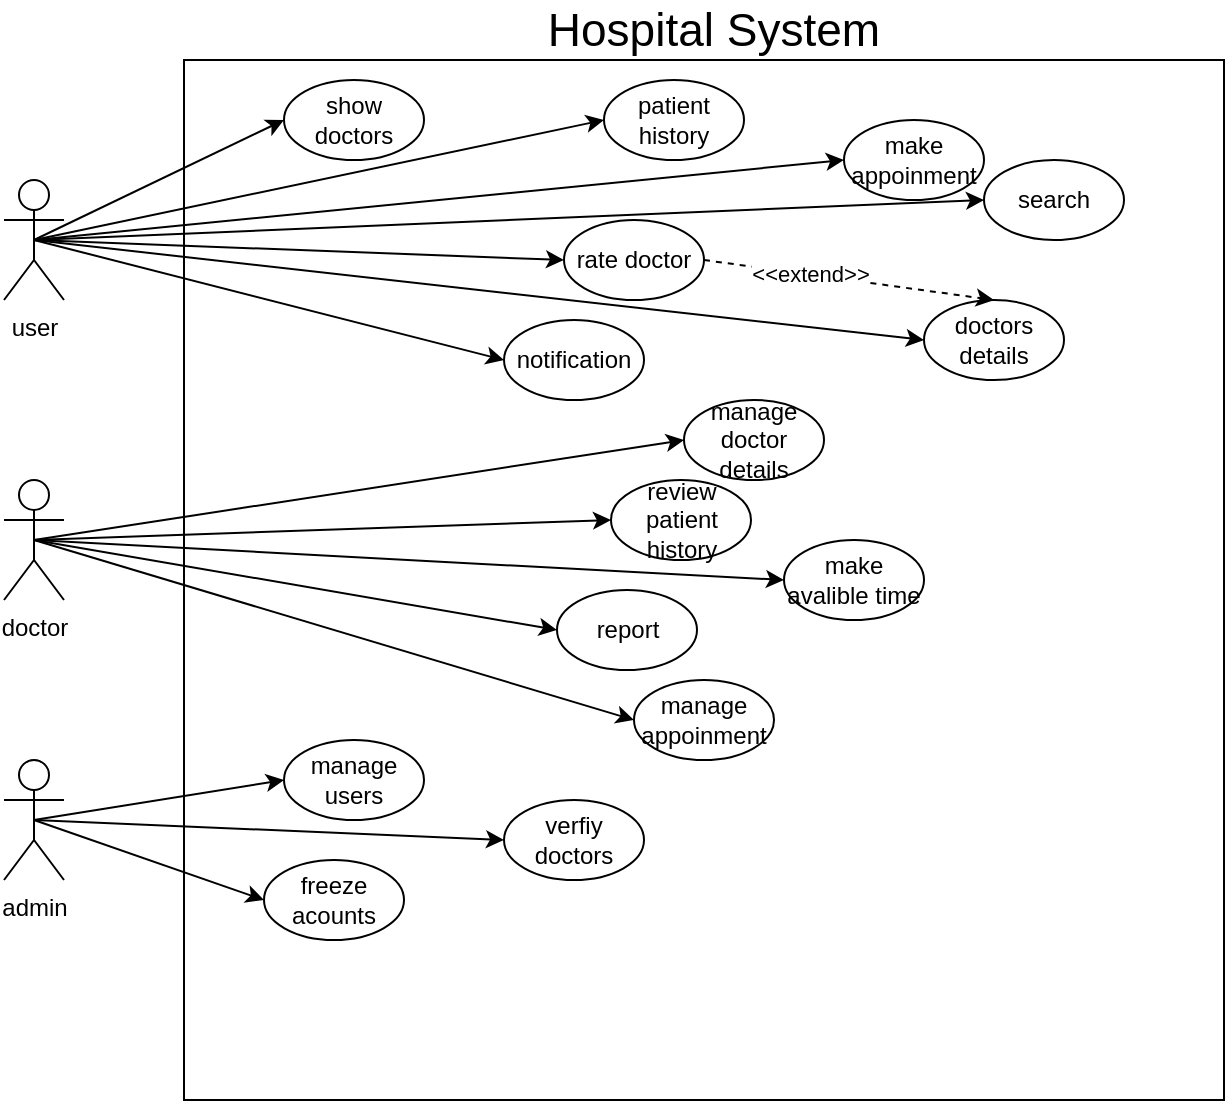
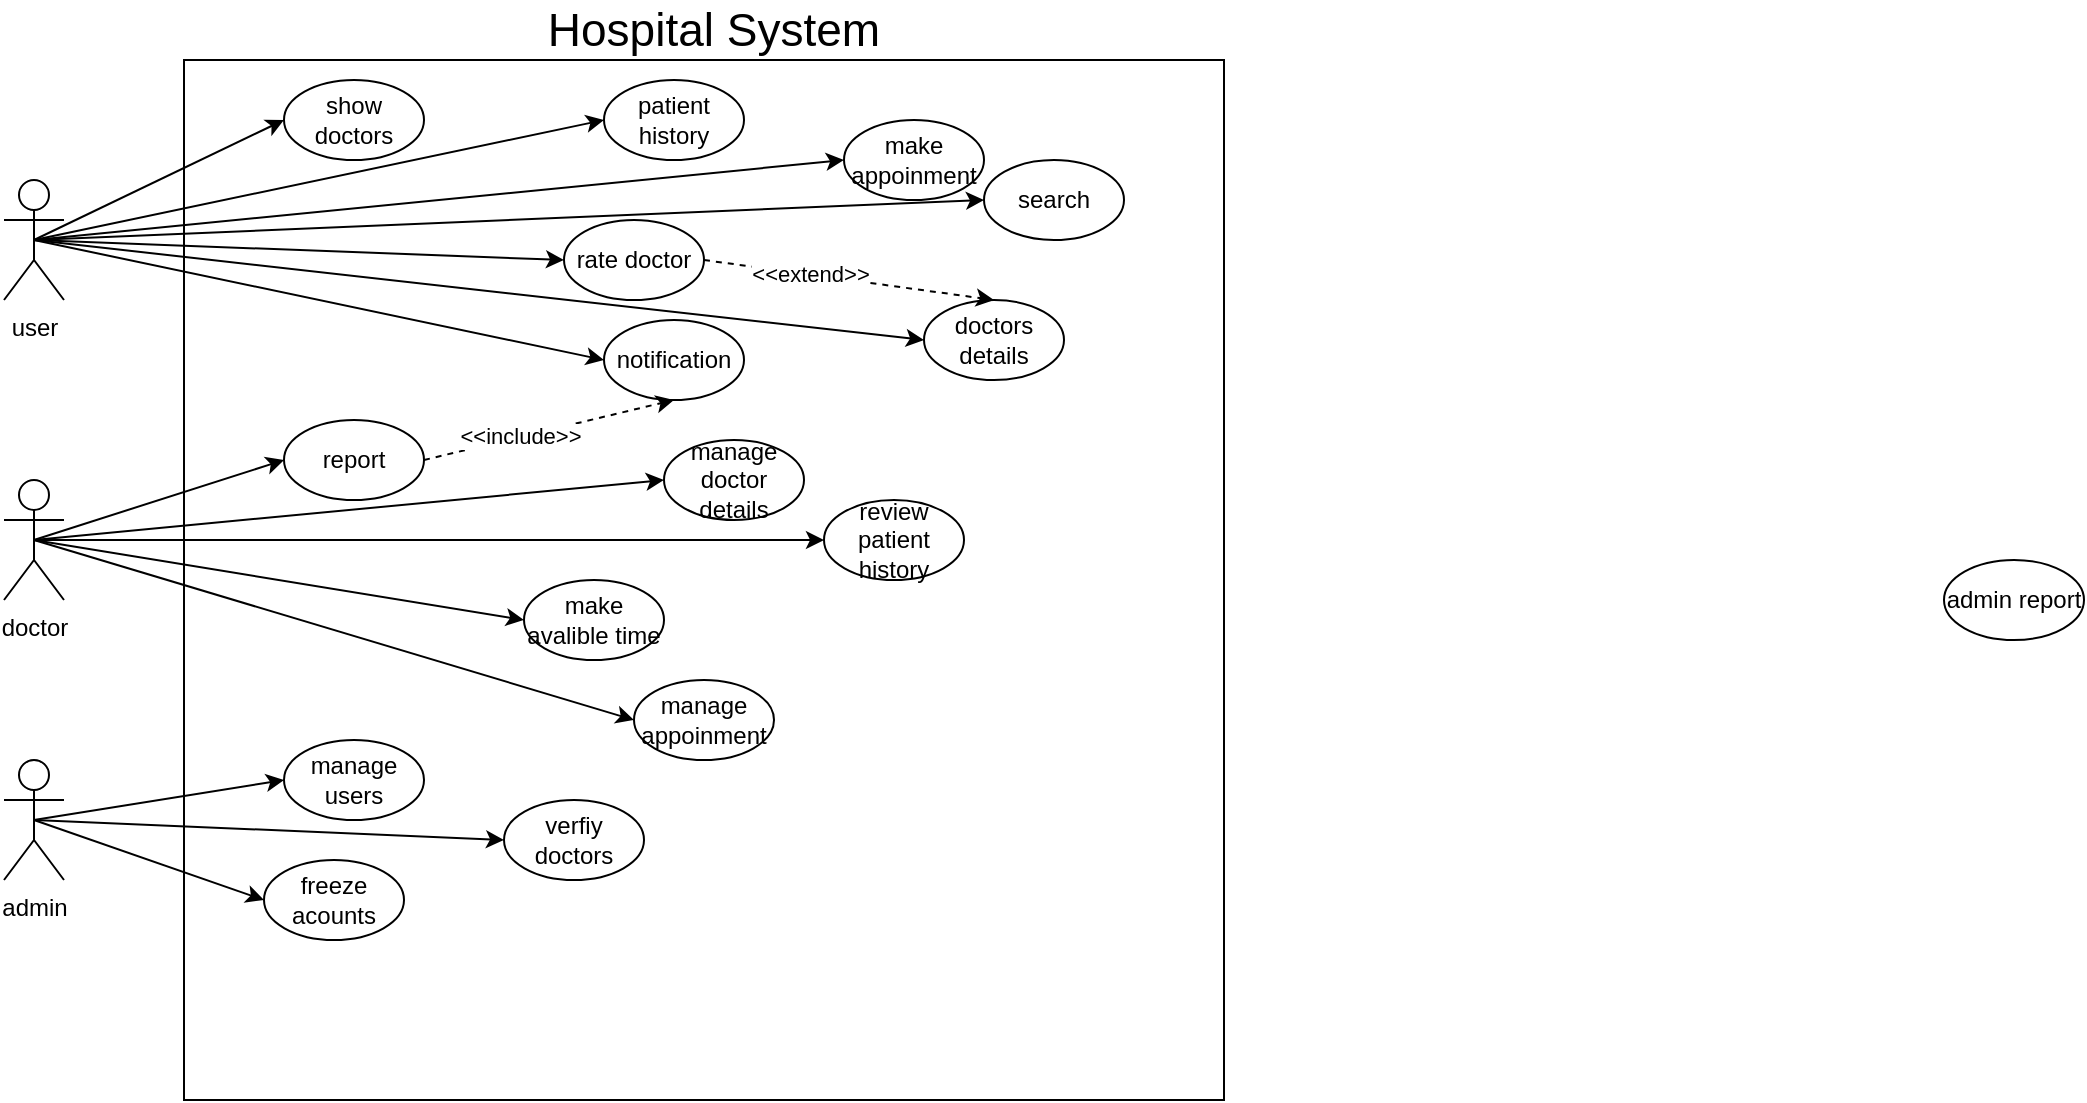
<mxfile host="65bd71144e">
    <diagram id="0fF8LJUMhWsX8zlGWROa" name="Page-1">
-         <mxGraphModel dx="426" dy="337" grid="1" gridSize="10" guides="1" tooltips="1" connect="1" arrows="1" fold="1" page="1" pageScale="1" pageWidth="1654" pageHeight="2336" math="0" shadow="0">
+         <mxGraphModel dx="438" dy="347" grid="1" gridSize="10" guides="1" tooltips="1" connect="1" arrows="1" fold="1" page="1" pageScale="1" pageWidth="1654" pageHeight="2336" math="0" shadow="0">
            <root>
                <mxCell id="0"/>
                <mxCell id="1" parent="0"/>
-                 <mxCell id="3" value="" style="whiteSpace=wrap;html=1;aspect=fixed;" vertex="1" parent="1">
+                 <mxCell id="3" value="" style="whiteSpace=wrap;html=1;aspect=fixed;" parent="1" vertex="1">
                    <mxGeometry x="320" y="400" width="520" height="520" as="geometry"/>
                </mxCell>
-                 <mxCell id="5" value="user" style="shape=umlActor;verticalLabelPosition=bottom;verticalAlign=top;html=1;outlineConnect=0;" vertex="1" parent="1">
+                 <mxCell id="5" value="user" style="shape=umlActor;verticalLabelPosition=bottom;verticalAlign=top;html=1;outlineConnect=0;" parent="1" vertex="1">
                    <mxGeometry x="230" y="460" width="30" height="60" as="geometry"/>
                </mxCell>
-                 <mxCell id="7" value="doctor" style="shape=umlActor;verticalLabelPosition=bottom;verticalAlign=top;html=1;outlineConnect=0;" vertex="1" parent="1">
+                 <mxCell id="7" value="doctor" style="shape=umlActor;verticalLabelPosition=bottom;verticalAlign=top;html=1;outlineConnect=0;" parent="1" vertex="1">
                    <mxGeometry x="230" y="610" width="30" height="60" as="geometry"/>
                </mxCell>
-                 <mxCell id="9" value="admin" style="shape=umlActor;verticalLabelPosition=bottom;verticalAlign=top;html=1;outlineConnect=0;" vertex="1" parent="1">
+                 <mxCell id="9" value="admin" style="shape=umlActor;verticalLabelPosition=bottom;verticalAlign=top;html=1;outlineConnect=0;" parent="1" vertex="1">
                    <mxGeometry x="230" y="750" width="30" height="60" as="geometry"/>
                </mxCell>
-                 <mxCell id="13" value="make appoinment" style="ellipse;whiteSpace=wrap;html=1;" vertex="1" parent="1">
+                 <mxCell id="13" value="make appoinment" style="ellipse;whiteSpace=wrap;html=1;" parent="1" vertex="1">
                    <mxGeometry x="650" y="430" width="70" height="40" as="geometry"/>
                </mxCell>
-                 <mxCell id="14" value="patient history" style="ellipse;whiteSpace=wrap;html=1;" vertex="1" parent="1">
+                 <mxCell id="14" value="patient history" style="ellipse;whiteSpace=wrap;html=1;" parent="1" vertex="1">
                    <mxGeometry x="530" y="410" width="70" height="40" as="geometry"/>
                </mxCell>
-                 <mxCell id="15" value="show doctors" style="ellipse;whiteSpace=wrap;html=1;" vertex="1" parent="1">
+                 <mxCell id="15" value="show doctors" style="ellipse;whiteSpace=wrap;html=1;" parent="1" vertex="1">
                    <mxGeometry x="370" y="410" width="70" height="40" as="geometry"/>
                </mxCell>
-                 <mxCell id="18" value="doctors details" style="ellipse;whiteSpace=wrap;html=1;" vertex="1" parent="1">
+                 <mxCell id="18" value="doctors details" style="ellipse;whiteSpace=wrap;html=1;" parent="1" vertex="1">
                    <mxGeometry x="690" y="520" width="70" height="40" as="geometry"/>
                </mxCell>
-                 <mxCell id="20" value="search" style="ellipse;whiteSpace=wrap;html=1;" vertex="1" parent="1">
+                 <mxCell id="20" value="search" style="ellipse;whiteSpace=wrap;html=1;" parent="1" vertex="1">
                    <mxGeometry x="720" y="450" width="70" height="40" as="geometry"/>
                </mxCell>
-                 <mxCell id="21" value="report" style="ellipse;whiteSpace=wrap;html=1;" vertex="1" parent="1">
-                     <mxGeometry x="506.5" y="665" width="70" height="40" as="geometry"/>
+                 <mxCell id="21" value="report" style="ellipse;whiteSpace=wrap;html=1;" parent="1" vertex="1">
+                     <mxGeometry x="370" y="580" width="70" height="40" as="geometry"/>
                </mxCell>
-                 <mxCell id="22" value="review patient history" style="ellipse;whiteSpace=wrap;html=1;" vertex="1" parent="1">
-                     <mxGeometry x="533.5" y="610" width="70" height="40" as="geometry"/>
+                 <mxCell id="22" value="review patient history" style="ellipse;whiteSpace=wrap;html=1;" parent="1" vertex="1">
+                     <mxGeometry x="640" y="620" width="70" height="40" as="geometry"/>
                </mxCell>
-                 <mxCell id="23" value="manage appoinment" style="ellipse;whiteSpace=wrap;html=1;" vertex="1" parent="1">
+                 <mxCell id="23" value="manage appoinment" style="ellipse;whiteSpace=wrap;html=1;" parent="1" vertex="1">
                    <mxGeometry x="545" y="710" width="70" height="40" as="geometry"/>
                </mxCell>
-                 <mxCell id="24" value="make avalible time" style="ellipse;whiteSpace=wrap;html=1;" vertex="1" parent="1">
-                     <mxGeometry x="620" y="640" width="70" height="40" as="geometry"/>
+                 <mxCell id="24" value="make avalible time" style="ellipse;whiteSpace=wrap;html=1;" parent="1" vertex="1">
+                     <mxGeometry x="490" y="660" width="70" height="40" as="geometry"/>
                </mxCell>
-                 <mxCell id="25" value="manage doctor details" style="ellipse;whiteSpace=wrap;html=1;" vertex="1" parent="1">
-                     <mxGeometry x="570" y="570" width="70" height="40" as="geometry"/>
+                 <mxCell id="25" value="manage doctor details" style="ellipse;whiteSpace=wrap;html=1;" parent="1" vertex="1">
+                     <mxGeometry x="560" y="590" width="70" height="40" as="geometry"/>
                </mxCell>
-                 <mxCell id="26" value="freeze acounts" style="ellipse;whiteSpace=wrap;html=1;" vertex="1" parent="1">
+                 <mxCell id="26" value="freeze acounts" style="ellipse;whiteSpace=wrap;html=1;" parent="1" vertex="1">
                    <mxGeometry x="360" y="800" width="70" height="40" as="geometry"/>
                </mxCell>
-                 <mxCell id="27" value="manage users" style="ellipse;whiteSpace=wrap;html=1;" vertex="1" parent="1">
+                 <mxCell id="27" value="manage users" style="ellipse;whiteSpace=wrap;html=1;" parent="1" vertex="1">
                    <mxGeometry x="370" y="740" width="70" height="40" as="geometry"/>
                </mxCell>
-                 <mxCell id="30" value="rate doctor" style="ellipse;whiteSpace=wrap;html=1;" vertex="1" parent="1">
+                 <mxCell id="30" value="rate doctor" style="ellipse;whiteSpace=wrap;html=1;" parent="1" vertex="1">
                    <mxGeometry x="510" y="480" width="70" height="40" as="geometry"/>
                </mxCell>
-                 <mxCell id="32" value="notification" style="ellipse;whiteSpace=wrap;html=1;" vertex="1" parent="1">
-                     <mxGeometry x="480" y="530" width="70" height="40" as="geometry"/>
+                 <mxCell id="32" value="notification" style="ellipse;whiteSpace=wrap;html=1;" parent="1" vertex="1">
+                     <mxGeometry x="530" y="530" width="70" height="40" as="geometry"/>
                </mxCell>
-                 <mxCell id="33" value="" style="endArrow=classic;html=1;exitX=0.5;exitY=0.5;exitDx=0;exitDy=0;exitPerimeter=0;entryX=0;entryY=0.5;entryDx=0;entryDy=0;" edge="1" parent="1" source="5" target="15">
+                 <mxCell id="33" value="" style="endArrow=classic;html=1;exitX=0.5;exitY=0.5;exitDx=0;exitDy=0;exitPerimeter=0;entryX=0;entryY=0.5;entryDx=0;entryDy=0;" parent="1" source="5" target="15" edge="1">
                    <mxGeometry width="50" height="50" relative="1" as="geometry">
                        <mxPoint x="470" y="640" as="sourcePoint"/>
                        <mxPoint x="520" y="590" as="targetPoint"/>
                    </mxGeometry>
                </mxCell>
-                 <mxCell id="34" value="" style="endArrow=classic;html=1;exitX=0.5;exitY=0.5;exitDx=0;exitDy=0;exitPerimeter=0;entryX=0;entryY=0.5;entryDx=0;entryDy=0;" edge="1" parent="1" source="5" target="14">
+                 <mxCell id="34" value="" style="endArrow=classic;html=1;exitX=0.5;exitY=0.5;exitDx=0;exitDy=0;exitPerimeter=0;entryX=0;entryY=0.5;entryDx=0;entryDy=0;" parent="1" source="5" target="14" edge="1">
                    <mxGeometry width="50" height="50" relative="1" as="geometry">
                        <mxPoint x="255" y="500" as="sourcePoint"/>
                        <mxPoint x="530" y="600" as="targetPoint"/>
                    </mxGeometry>
                </mxCell>
-                 <mxCell id="35" value="" style="endArrow=classic;html=1;exitX=0.5;exitY=0.5;exitDx=0;exitDy=0;exitPerimeter=0;entryX=0;entryY=0.5;entryDx=0;entryDy=0;" edge="1" parent="1" source="5" target="30">
+                 <mxCell id="35" value="" style="endArrow=classic;html=1;exitX=0.5;exitY=0.5;exitDx=0;exitDy=0;exitPerimeter=0;entryX=0;entryY=0.5;entryDx=0;entryDy=0;" parent="1" source="5" target="30" edge="1">
                    <mxGeometry width="50" height="50" relative="1" as="geometry">
                        <mxPoint x="265" y="510" as="sourcePoint"/>
                        <mxPoint x="540" y="610" as="targetPoint"/>
                    </mxGeometry>
                </mxCell>
-                 <mxCell id="36" value="" style="endArrow=classic;html=1;exitX=0.5;exitY=0.5;exitDx=0;exitDy=0;exitPerimeter=0;entryX=0;entryY=0.5;entryDx=0;entryDy=0;" edge="1" parent="1" source="5" target="13">
+                 <mxCell id="36" value="" style="endArrow=classic;html=1;exitX=0.5;exitY=0.5;exitDx=0;exitDy=0;exitPerimeter=0;entryX=0;entryY=0.5;entryDx=0;entryDy=0;" parent="1" source="5" target="13" edge="1">
                    <mxGeometry width="50" height="50" relative="1" as="geometry">
                        <mxPoint x="275" y="520" as="sourcePoint"/>
                        <mxPoint x="550" y="620" as="targetPoint"/>
                    </mxGeometry>
                </mxCell>
-                 <mxCell id="37" value="" style="endArrow=classic;html=1;exitX=0.5;exitY=0.5;exitDx=0;exitDy=0;exitPerimeter=0;entryX=0;entryY=0.5;entryDx=0;entryDy=0;" edge="1" parent="1" source="5" target="18">
+                 <mxCell id="37" value="" style="endArrow=classic;html=1;exitX=0.5;exitY=0.5;exitDx=0;exitDy=0;exitPerimeter=0;entryX=0;entryY=0.5;entryDx=0;entryDy=0;" parent="1" source="5" target="18" edge="1">
                    <mxGeometry width="50" height="50" relative="1" as="geometry">
                        <mxPoint x="275" y="520" as="sourcePoint"/>
                        <mxPoint x="550" y="620" as="targetPoint"/>
                    </mxGeometry>
                </mxCell>
-                 <mxCell id="38" value="verfiy doctors" style="ellipse;whiteSpace=wrap;html=1;" vertex="1" parent="1">
+                 <mxCell id="38" value="verfiy doctors" style="ellipse;whiteSpace=wrap;html=1;" parent="1" vertex="1">
                    <mxGeometry x="480" y="770" width="70" height="40" as="geometry"/>
                </mxCell>
-                 <mxCell id="39" value="" style="endArrow=classic;html=1;exitX=0.5;exitY=0.5;exitDx=0;exitDy=0;exitPerimeter=0;entryX=0;entryY=0.5;entryDx=0;entryDy=0;" edge="1" parent="1" source="7" target="22">
+                 <mxCell id="39" value="" style="endArrow=classic;html=1;exitX=0.5;exitY=0.5;exitDx=0;exitDy=0;exitPerimeter=0;entryX=0;entryY=0.5;entryDx=0;entryDy=0;" parent="1" source="7" target="22" edge="1">
                    <mxGeometry width="50" height="50" relative="1" as="geometry">
                        <mxPoint x="255" y="550" as="sourcePoint"/>
                        <mxPoint x="520" y="610" as="targetPoint"/>
                    </mxGeometry>
                </mxCell>
-                 <mxCell id="40" value="" style="endArrow=classic;html=1;exitX=0.5;exitY=0.5;exitDx=0;exitDy=0;exitPerimeter=0;entryX=0;entryY=0.5;entryDx=0;entryDy=0;" edge="1" parent="1" source="7" target="24">
+                 <mxCell id="40" value="" style="endArrow=classic;html=1;exitX=0.5;exitY=0.5;exitDx=0;exitDy=0;exitPerimeter=0;entryX=0;entryY=0.5;entryDx=0;entryDy=0;" parent="1" source="7" target="24" edge="1">
                    <mxGeometry width="50" height="50" relative="1" as="geometry">
                        <mxPoint x="265" y="560" as="sourcePoint"/>
                        <mxPoint x="530" y="620" as="targetPoint"/>
                    </mxGeometry>
                </mxCell>
-                 <mxCell id="41" value="" style="endArrow=classic;html=1;exitX=0.5;exitY=0.5;exitDx=0;exitDy=0;exitPerimeter=0;entryX=0;entryY=0.5;entryDx=0;entryDy=0;" edge="1" parent="1" source="7" target="21">
+                 <mxCell id="41" value="" style="endArrow=classic;html=1;exitX=0.5;exitY=0.5;exitDx=0;exitDy=0;exitPerimeter=0;entryX=0;entryY=0.5;entryDx=0;entryDy=0;" parent="1" source="7" target="21" edge="1">
                    <mxGeometry width="50" height="50" relative="1" as="geometry">
                        <mxPoint x="275" y="570" as="sourcePoint"/>
                        <mxPoint x="540" y="630" as="targetPoint"/>
                    </mxGeometry>
                </mxCell>
-                 <mxCell id="42" value="" style="endArrow=classic;html=1;exitX=0.5;exitY=0.5;exitDx=0;exitDy=0;exitPerimeter=0;entryX=0;entryY=0.5;entryDx=0;entryDy=0;" edge="1" parent="1" source="5" target="20">
+                 <mxCell id="42" value="" style="endArrow=classic;html=1;exitX=0.5;exitY=0.5;exitDx=0;exitDy=0;exitPerimeter=0;entryX=0;entryY=0.5;entryDx=0;entryDy=0;" parent="1" source="5" target="20" edge="1">
                    <mxGeometry width="50" height="50" relative="1" as="geometry">
                        <mxPoint x="285" y="530" as="sourcePoint"/>
                        <mxPoint x="550" y="590" as="targetPoint"/>
                    </mxGeometry>
                </mxCell>
-                 <mxCell id="43" value="" style="endArrow=classic;html=1;exitX=0.5;exitY=0.5;exitDx=0;exitDy=0;exitPerimeter=0;entryX=0;entryY=0.5;entryDx=0;entryDy=0;" edge="1" parent="1" source="7" target="23">
+                 <mxCell id="43" value="" style="endArrow=classic;html=1;exitX=0.5;exitY=0.5;exitDx=0;exitDy=0;exitPerimeter=0;entryX=0;entryY=0.5;entryDx=0;entryDy=0;" parent="1" source="7" target="23" edge="1">
                    <mxGeometry width="50" height="50" relative="1" as="geometry">
                        <mxPoint x="255" y="650" as="sourcePoint"/>
                        <mxPoint x="590" y="730" as="targetPoint"/>
                    </mxGeometry>
                </mxCell>
-                 <mxCell id="44" value="" style="endArrow=classic;html=1;exitX=0.5;exitY=0.5;exitDx=0;exitDy=0;exitPerimeter=0;entryX=0;entryY=0.5;entryDx=0;entryDy=0;" edge="1" parent="1" source="9" target="27">
+                 <mxCell id="44" value="" style="endArrow=classic;html=1;exitX=0.5;exitY=0.5;exitDx=0;exitDy=0;exitPerimeter=0;entryX=0;entryY=0.5;entryDx=0;entryDy=0;" parent="1" source="9" target="27" edge="1">
                    <mxGeometry width="50" height="50" relative="1" as="geometry">
                        <mxPoint x="265" y="580" as="sourcePoint"/>
                        <mxPoint x="600" y="660" as="targetPoint"/>
                    </mxGeometry>
                </mxCell>
-                 <mxCell id="45" value="" style="endArrow=classic;html=1;exitX=0.5;exitY=0.5;exitDx=0;exitDy=0;exitPerimeter=0;entryX=0;entryY=0.5;entryDx=0;entryDy=0;" edge="1" parent="1" source="7" target="25">
+                 <mxCell id="45" value="" style="endArrow=classic;html=1;exitX=0.5;exitY=0.5;exitDx=0;exitDy=0;exitPerimeter=0;entryX=0;entryY=0.5;entryDx=0;entryDy=0;" parent="1" source="7" target="25" edge="1">
                    <mxGeometry width="50" height="50" relative="1" as="geometry">
                        <mxPoint x="275" y="670" as="sourcePoint"/>
                        <mxPoint x="610" y="750" as="targetPoint"/>
                    </mxGeometry>
                </mxCell>
-                 <mxCell id="47" value="" style="endArrow=classic;html=1;exitX=0.5;exitY=0.5;exitDx=0;exitDy=0;exitPerimeter=0;entryX=0;entryY=0.5;entryDx=0;entryDy=0;" edge="1" parent="1" source="9" target="26">
+                 <mxCell id="47" value="" style="endArrow=classic;html=1;exitX=0.5;exitY=0.5;exitDx=0;exitDy=0;exitPerimeter=0;entryX=0;entryY=0.5;entryDx=0;entryDy=0;" parent="1" source="9" target="26" edge="1">
                    <mxGeometry width="50" height="50" relative="1" as="geometry">
                        <mxPoint x="265" y="800" as="sourcePoint"/>
                        <mxPoint x="390" y="780" as="targetPoint"/>
                    </mxGeometry>
                </mxCell>
-                 <mxCell id="48" value="" style="endArrow=classic;html=1;exitX=0.5;exitY=0.5;exitDx=0;exitDy=0;exitPerimeter=0;entryX=0;entryY=0.5;entryDx=0;entryDy=0;" edge="1" parent="1" source="9" target="38">
+                 <mxCell id="48" value="" style="endArrow=classic;html=1;exitX=0.5;exitY=0.5;exitDx=0;exitDy=0;exitPerimeter=0;entryX=0;entryY=0.5;entryDx=0;entryDy=0;" parent="1" source="9" target="38" edge="1">
                    <mxGeometry width="50" height="50" relative="1" as="geometry">
                        <mxPoint x="275" y="810" as="sourcePoint"/>
                        <mxPoint x="400" y="790" as="targetPoint"/>
                    </mxGeometry>
                </mxCell>
-                 <mxCell id="50" value="" style="endArrow=classic;html=1;exitX=0.5;exitY=0.5;exitDx=0;exitDy=0;exitPerimeter=0;entryX=0;entryY=0.5;entryDx=0;entryDy=0;" edge="1" parent="1" source="5" target="32">
+                 <mxCell id="50" value="" style="endArrow=classic;html=1;exitX=0.5;exitY=0.5;exitDx=0;exitDy=0;exitPerimeter=0;entryX=0;entryY=0.5;entryDx=0;entryDy=0;" parent="1" source="5" target="32" edge="1">
                    <mxGeometry width="50" height="50" relative="1" as="geometry">
                        <mxPoint x="256" y="710" as="sourcePoint"/>
                        <mxPoint x="331" y="701.044776119403" as="targetPoint"/>
                    </mxGeometry>
                </mxCell>
-                 <mxCell id="51" value="&lt;font style=&quot;font-size: 23px;&quot;&gt;Hospital System&lt;/font&gt;" style="text;html=1;align=center;verticalAlign=middle;whiteSpace=wrap;rounded=0;" vertex="1" parent="1">
+                 <mxCell id="51" value="&lt;font style=&quot;font-size: 23px;&quot;&gt;Hospital System&lt;/font&gt;" style="text;html=1;align=center;verticalAlign=middle;whiteSpace=wrap;rounded=0;" parent="1" vertex="1">
                    <mxGeometry x="480" y="370" width="210" height="30" as="geometry"/>
                </mxCell>
-                 <mxCell id="52" value="" style="endArrow=classic;html=1;exitX=1;exitY=0.5;exitDx=0;exitDy=0;entryX=0.5;entryY=0;entryDx=0;entryDy=0;dashed=1;" edge="1" parent="1" source="30" target="18">
+                 <mxCell id="52" value="" style="endArrow=classic;html=1;exitX=1;exitY=0.5;exitDx=0;exitDy=0;entryX=0.5;entryY=0;entryDx=0;entryDy=0;dashed=1;" parent="1" source="30" target="18" edge="1">
                    <mxGeometry width="50" height="50" relative="1" as="geometry">
                        <mxPoint x="560" y="500" as="sourcePoint"/>
                        <mxPoint x="610" y="450" as="targetPoint"/>
                    </mxGeometry>
                </mxCell>
-                 <mxCell id="53" value="&amp;lt;&amp;lt;extend&amp;gt;&amp;gt;" style="edgeLabel;html=1;align=center;verticalAlign=middle;resizable=0;points=[];" vertex="1" connectable="0" parent="52">
+                 <mxCell id="53" value="&amp;lt;&amp;lt;extend&amp;gt;&amp;gt;" style="edgeLabel;html=1;align=center;verticalAlign=middle;resizable=0;points=[];" parent="52" vertex="1" connectable="0">
                    <mxGeometry x="-0.2673" y="1" relative="1" as="geometry">
+                         <mxPoint as="offset"/>
+                     </mxGeometry>
+                 </mxCell>
+                 <mxCell id="54" value="admin report" style="ellipse;whiteSpace=wrap;html=1;" vertex="1" parent="1">
+                     <mxGeometry x="1200" y="650" width="70" height="40" as="geometry"/>
+                 </mxCell>
+                 <mxCell id="55" value="" style="endArrow=classic;html=1;exitX=1;exitY=0.5;exitDx=0;exitDy=0;entryX=0.5;entryY=1;entryDx=0;entryDy=0;dashed=1;" edge="1" parent="1" source="21" target="32">
+                     <mxGeometry width="50" height="50" relative="1" as="geometry">
+                         <mxPoint x="480" y="600" as="sourcePoint"/>
+                         <mxPoint x="530" y="550" as="targetPoint"/>
+                     </mxGeometry>
+                 </mxCell>
+                 <mxCell id="56" value="&amp;lt;&amp;lt;include&amp;gt;&amp;gt;" style="edgeLabel;html=1;align=center;verticalAlign=middle;resizable=0;points=[];" vertex="1" connectable="0" parent="55">
+                     <mxGeometry x="-0.2389" y="1" relative="1" as="geometry">
                        <mxPoint as="offset"/>
                    </mxGeometry>
                </mxCell>
            </root>
        </mxGraphModel>
    </diagram>
</mxfile>